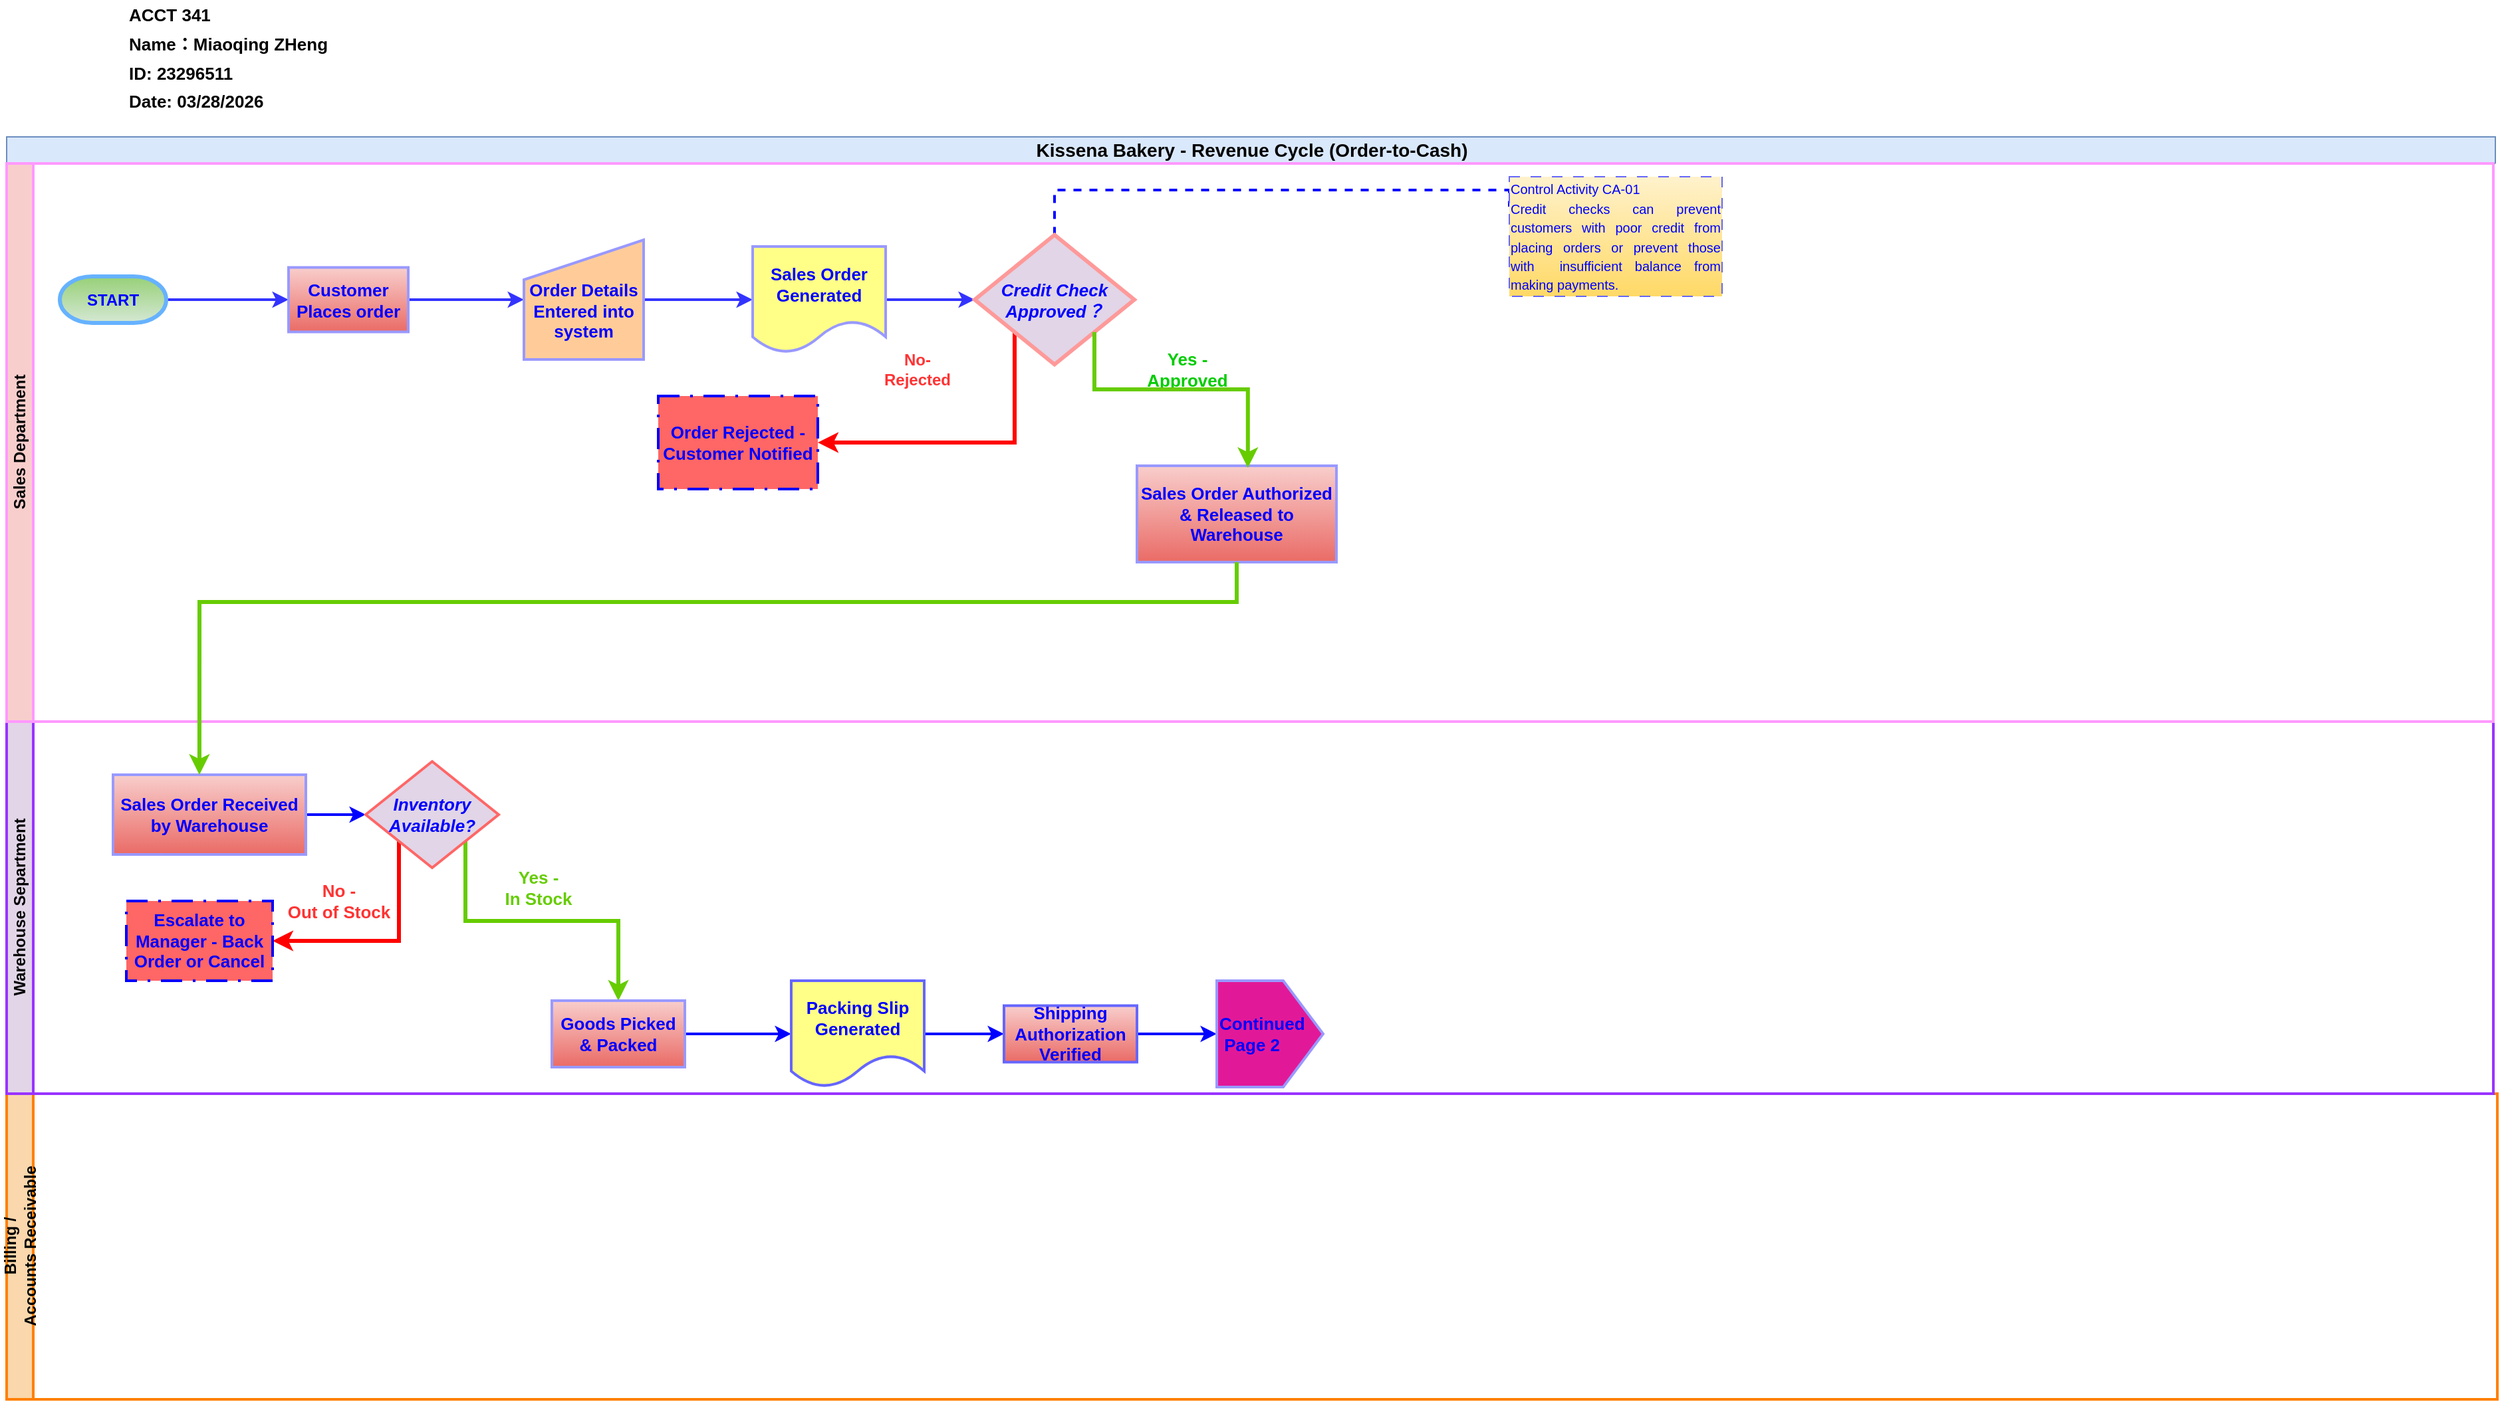
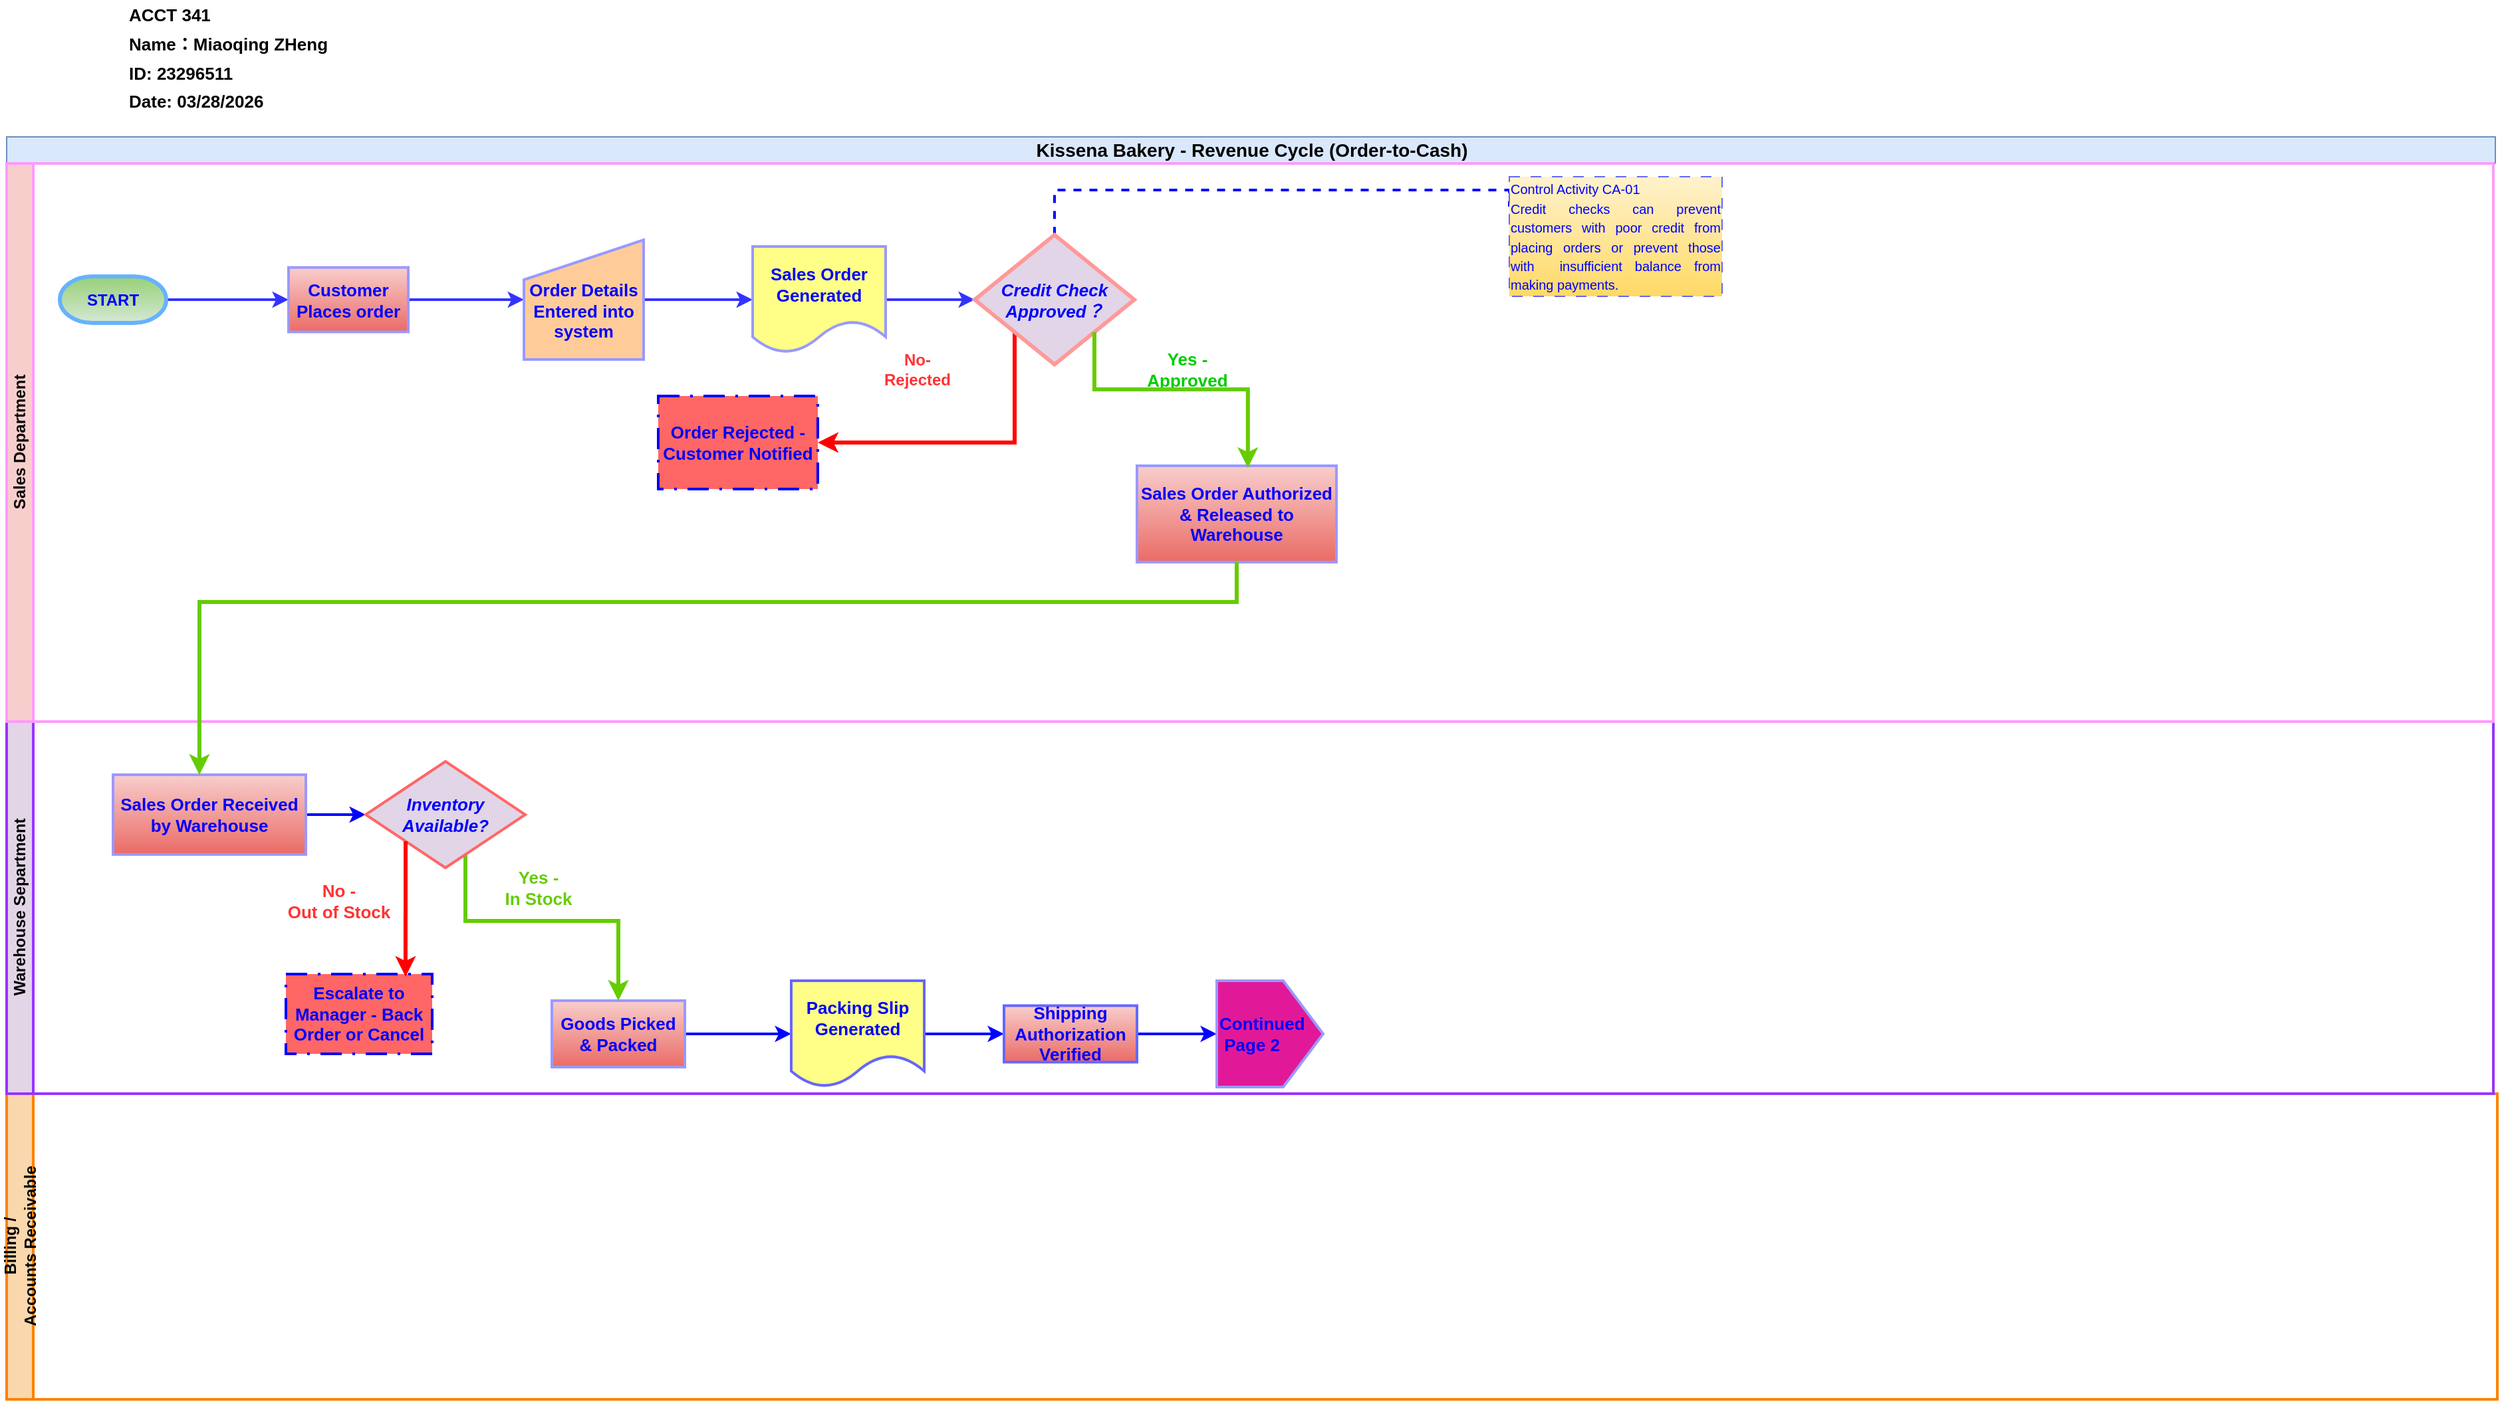
<mxfile host="app.diagrams.net" agent="Mozilla/5.0 (Windows NT 10.0; Win64; x64) AppleWebKit/537.36 (KHTML, like Gecko) Chrome/146.0.0.0 Safari/537.36" version="29.6.6" pages="2">
  <diagram name="Page-1" id="klMabU_GDppZGB9yFFRy">
    <mxGraphModel dx="2066" dy="743" grid="1" gridSize="10" guides="1" tooltips="1" connect="1" arrows="1" fold="1" page="1" pageScale="1" pageWidth="1100" pageHeight="850" math="0" shadow="0">
      <root>
        <mxCell id="0" />
        <mxCell id="1" parent="0" />
        <mxCell id="0vQu63eh7_hz7IOFjZfk-1" parent="1" style="swimlane;childLayout=stackLayout;resizeParent=1;resizeParentMax=0;horizontal=1;startSize=20;horizontalStack=0;html=1;fillColor=#dae8fc;strokeColor=#6c8ebf;" value="&lt;div style=&quot;text-align: start;&quot;&gt;&lt;font style=&quot;font-size: 14px;&quot;&gt;Kissena Bakery - Revenue Cycle (Order-to-Cash)&lt;/font&gt;&lt;/div&gt;" vertex="1">
          <mxGeometry height="20" width="1871.5" x="80" y="130" as="geometry" />
        </mxCell>
        <mxCell id="0vQu63eh7_hz7IOFjZfk-4" parent="1" style="swimlane;startSize=20;horizontal=0;html=1;fillColor=#fad7ac;strokeColor=#FF8000;strokeWidth=2;" value="Billing /&lt;br&gt;Accounts Receivable" vertex="1">
          <mxGeometry height="230" width="1873" x="80" y="850" as="geometry">
            <mxRectangle height="30" width="500" y="310" as="alternateBounds" />
          </mxGeometry>
        </mxCell>
        <mxCell id="0YdZOAwKbOOHbmaocjk8-1" parent="1" style="text;html=1;whiteSpace=wrap;strokeColor=none;fillColor=none;align=left;verticalAlign=middle;rounded=0;fontSize=18;fontStyle=1" value="&lt;div&gt;&lt;font style=&quot;font-size: 13px;&quot;&gt;ACCT 341&lt;/font&gt;&lt;/div&gt;&lt;font style=&quot;font-size: 13px;&quot;&gt;Name：Miaoqing ZHeng&lt;/font&gt;&lt;div&gt;&lt;font style=&quot;font-size: 13px;&quot;&gt;ID: 23296511&lt;/font&gt;&lt;/div&gt;&lt;div&gt;&lt;font style=&quot;font-size: 13px;&quot;&gt;Date: 03/28/2026&lt;/font&gt;&lt;/div&gt;" vertex="1">
          <mxGeometry height="60" width="329" x="170" y="40" as="geometry" />
        </mxCell>
        <mxCell id="0vQu63eh7_hz7IOFjZfk-3" parent="1" style="swimlane;startSize=20;horizontal=0;html=1;fillColor=#e1d5e7;strokeColor=#9933FF;strokeWidth=2;" value="Warehouse Separtment" vertex="1">
          <mxGeometry height="280" width="1870" x="80" y="570" as="geometry" />
        </mxCell>
        <mxCell id="pGH0SQg9JUakCyH8bkGQ-32" edge="1" parent="0vQu63eh7_hz7IOFjZfk-3" source="0vQu63eh7_hz7IOFjZfk-73" style="edgeStyle=orthogonalEdgeStyle;rounded=0;orthogonalLoop=1;jettySize=auto;html=1;exitX=1;exitY=0.5;exitDx=0;exitDy=0;entryX=0;entryY=0.5;entryDx=0;entryDy=0;strokeColor=#0000FF;strokeWidth=2;" target="0vQu63eh7_hz7IOFjZfk-92">
          <mxGeometry relative="1" as="geometry" />
        </mxCell>
        <mxCell id="0vQu63eh7_hz7IOFjZfk-73" parent="0vQu63eh7_hz7IOFjZfk-3" style="html=1;dashed=0;whiteSpace=wrap;fillColor=#f8cecc;gradientColor=#ea6b66;strokeColor=#9999FF;strokeWidth=2;" value="&lt;font style=&quot;font-size: 13px; color: rgb(0, 0, 255);&quot;&gt;&lt;b&gt;Sales Order Received by Warehouse&lt;/b&gt;&lt;/font&gt;" vertex="1">
          <mxGeometry height="60" width="145" x="80" y="40" as="geometry" />
        </mxCell>
        <mxCell id="JjxT6XXtwAddX6sOskqe-8" edge="1" parent="0vQu63eh7_hz7IOFjZfk-3" source="0vQu63eh7_hz7IOFjZfk-92" style="edgeStyle=orthogonalEdgeStyle;rounded=0;orthogonalLoop=1;jettySize=auto;html=1;exitX=1;exitY=1;exitDx=0;exitDy=0;entryX=0.5;entryY=0;entryDx=0;entryDy=0;strokeColor=#66CC00;strokeWidth=3;" target="0vQu63eh7_hz7IOFjZfk-106">
          <mxGeometry relative="1" as="geometry">
            <Array as="points">
              <mxPoint x="345" y="150" />
              <mxPoint x="460" y="150" />
            </Array>
          </mxGeometry>
        </mxCell>
-         <mxCell id="JjxT6XXtwAddX6sOskqe-9" edge="1" parent="0vQu63eh7_hz7IOFjZfk-3" source="0vQu63eh7_hz7IOFjZfk-92" style="edgeStyle=orthogonalEdgeStyle;rounded=0;orthogonalLoop=1;jettySize=auto;html=1;exitX=0;exitY=1;exitDx=0;exitDy=0;entryX=1;entryY=0.5;entryDx=0;entryDy=0;strokeColor=#FF0000;strokeWidth=3;" target="0vQu63eh7_hz7IOFjZfk-96">
-           <mxGeometry relative="1" as="geometry">
-             <Array as="points">
-               <mxPoint x="295" y="165" />
-             </Array>
-           </mxGeometry>
-         </mxCell>
        <mxCell id="0vQu63eh7_hz7IOFjZfk-92" parent="0vQu63eh7_hz7IOFjZfk-3" style="rhombus;whiteSpace=wrap;html=1;fillColor=#e1d5e7;strokeColor=light-dark(#FF6666,#FF3333);strokeWidth=2;" value="&lt;font style=&quot;font-size: 13px; color: rgb(0, 0, 255);&quot;&gt;&lt;b&gt;&lt;i&gt;Inventory Available?&lt;/i&gt;&lt;/b&gt;&lt;/font&gt;" vertex="1">
-           <mxGeometry height="80" width="100" x="270" y="30" as="geometry" />
+           <mxGeometry height="80" width="120" x="270" y="30" as="geometry" />
        </mxCell>
        <mxCell id="0vQu63eh7_hz7IOFjZfk-96" parent="0vQu63eh7_hz7IOFjZfk-3" style="html=1;dashed=1;whiteSpace=wrap;fillColor=#FF6666;strokeColor=#0000FF;fontColor=#ffffff;dashPattern=8 4 1 4;strokeWidth=2;" value="&lt;b&gt;&lt;font style=&quot;font-size: 13px; color: rgb(0, 0, 255);&quot;&gt;Escalate to Manager - Back Order or Cancel&lt;/font&gt;&lt;/b&gt;" vertex="1">
-           <mxGeometry height="60" width="110" x="90" y="135" as="geometry" />
+           <mxGeometry height="60" width="110" x="210" y="190" as="geometry" />
        </mxCell>
        <mxCell id="46-Umk2mzS9Czotzx1H9-6" edge="1" parent="0vQu63eh7_hz7IOFjZfk-3" source="0vQu63eh7_hz7IOFjZfk-106" style="edgeStyle=orthogonalEdgeStyle;rounded=0;orthogonalLoop=1;jettySize=auto;html=1;exitX=1;exitY=0.5;exitDx=0;exitDy=0;entryX=0;entryY=0.5;entryDx=0;entryDy=0;strokeColor=#0000FF;strokeWidth=2;" target="0vQu63eh7_hz7IOFjZfk-110">
          <mxGeometry relative="1" as="geometry" />
        </mxCell>
        <mxCell id="0vQu63eh7_hz7IOFjZfk-106" parent="0vQu63eh7_hz7IOFjZfk-3" style="html=1;dashed=0;whiteSpace=wrap;strokeWidth=2;fillColor=#f8cecc;gradientColor=#ea6b66;strokeColor=#9999FF;" value="&lt;font style=&quot;font-size: 13px; color: rgb(0, 0, 255);&quot;&gt;&lt;b&gt;Goods Picked &amp;amp; Packed&lt;/b&gt;&lt;/font&gt;" vertex="1">
          <mxGeometry height="50" width="100" x="410" y="210" as="geometry" />
        </mxCell>
        <mxCell id="46-Umk2mzS9Czotzx1H9-8" edge="1" parent="0vQu63eh7_hz7IOFjZfk-3" source="0vQu63eh7_hz7IOFjZfk-110" style="edgeStyle=orthogonalEdgeStyle;rounded=0;orthogonalLoop=1;jettySize=auto;html=1;exitX=1;exitY=0.5;exitDx=0;exitDy=0;entryX=0;entryY=0.5;entryDx=0;entryDy=0;strokeColor=#0000FF;strokeWidth=2;" target="0vQu63eh7_hz7IOFjZfk-112">
          <mxGeometry relative="1" as="geometry" />
        </mxCell>
        <mxCell id="0vQu63eh7_hz7IOFjZfk-110" parent="0vQu63eh7_hz7IOFjZfk-3" style="shape=document;whiteSpace=wrap;html=1;boundedLbl=1;strokeWidth=2;fillColor=#ffff88;strokeColor=#6666FF;" value="&lt;font style=&quot;font-size: 13px; color: rgb(0, 0, 255);&quot;&gt;&lt;b&gt;Packing Slip Generated&lt;/b&gt;&lt;/font&gt;" vertex="1">
          <mxGeometry height="80" width="100" x="590" y="195" as="geometry" />
        </mxCell>
        <mxCell id="G1smnQENkRiUrPdJOTDi-2" edge="1" parent="0vQu63eh7_hz7IOFjZfk-3" source="0vQu63eh7_hz7IOFjZfk-112" style="edgeStyle=orthogonalEdgeStyle;rounded=0;orthogonalLoop=1;jettySize=auto;html=1;exitX=1;exitY=0.5;exitDx=0;exitDy=0;entryX=0.5;entryY=0;entryDx=0;entryDy=0;strokeColor=#0000FF;strokeWidth=2;" target="G1smnQENkRiUrPdJOTDi-1">
          <mxGeometry relative="1" as="geometry" />
        </mxCell>
        <mxCell id="0vQu63eh7_hz7IOFjZfk-112" parent="0vQu63eh7_hz7IOFjZfk-3" style="html=1;dashed=0;whiteSpace=wrap;strokeColor=#6666FF;fillColor=#f8cecc;gradientColor=#ea6b66;fontStyle=1;strokeWidth=2;" value="&lt;font style=&quot;font-size: 13px; color: rgb(0, 0, 255);&quot;&gt;Shipping Authorization Verified&lt;/font&gt;" vertex="1">
          <mxGeometry height="42.5" width="100" x="750" y="213.75" as="geometry" />
        </mxCell>
        <mxCell id="0vQu63eh7_hz7IOFjZfk-98" parent="0vQu63eh7_hz7IOFjZfk-3" style="text;html=1;whiteSpace=wrap;strokeColor=none;fillColor=none;align=center;verticalAlign=middle;rounded=0;fontColor=#FF3333;" value="&lt;font style=&quot;font-size: 13px;&quot;&gt;&lt;b&gt;No - &lt;br&gt;Out of Stock&lt;/b&gt;&lt;/font&gt;" vertex="1">
          <mxGeometry height="30" width="80" x="210" y="120" as="geometry" />
        </mxCell>
        <mxCell id="G1smnQENkRiUrPdJOTDi-1" parent="0vQu63eh7_hz7IOFjZfk-3" style="shape=offPageConnector;whiteSpace=wrap;html=1;direction=north;strokeColor=#9999FF;fillColor=#E11998;align=left;strokeWidth=2;" value="&lt;b style=&quot;color: rgb(0, 0, 255); font-size: 13px; text-wrap-mode: nowrap;&quot;&gt;Continued&lt;br&gt;&amp;nbsp;Page 2&lt;/b&gt;" vertex="1">
          <mxGeometry height="80" width="80" x="910" y="195" as="geometry" />
        </mxCell>
        <mxCell id="46-Umk2mzS9Czotzx1H9-12" parent="0vQu63eh7_hz7IOFjZfk-3" style="text;html=1;whiteSpace=wrap;strokeColor=none;fillColor=none;align=center;verticalAlign=middle;rounded=0;" value="&lt;b style=&quot;color: rgb(102, 204, 0);&quot;&gt;&lt;font style=&quot;font-size: 13px;&quot;&gt;Yes -&lt;br&gt;In Stock&lt;/font&gt;&lt;/b&gt;" vertex="1">
          <mxGeometry height="30" width="80" x="360" y="110" as="geometry" />
+         </mxCell>
+         <mxCell id="JjxT6XXtwAddX6sOskqe-13" edge="1" parent="0vQu63eh7_hz7IOFjZfk-3" source="0vQu63eh7_hz7IOFjZfk-92" style="edgeStyle=orthogonalEdgeStyle;rounded=0;orthogonalLoop=1;jettySize=auto;html=1;exitX=0;exitY=1;exitDx=0;exitDy=0;entryX=0.818;entryY=0.033;entryDx=0;entryDy=0;entryPerimeter=0;strokeColor=#FF0000;strokeWidth=3;" target="0vQu63eh7_hz7IOFjZfk-96">
+           <mxGeometry relative="1" as="geometry" />
        </mxCell>
        <mxCell id="0vQu63eh7_hz7IOFjZfk-2" parent="1" style="swimlane;startSize=20;horizontal=0;html=1;fillColor=#f8cecc;strokeColor=#FF99FF;strokeWidth=2;" value="Sales Department" vertex="1">
          <mxGeometry height="420" width="1870" x="80" y="150" as="geometry">
            <mxRectangle height="30" width="610" y="20" as="alternateBounds" />
          </mxGeometry>
        </mxCell>
        <mxCell id="0vQu63eh7_hz7IOFjZfk-43" edge="1" parent="0vQu63eh7_hz7IOFjZfk-2" source="0vQu63eh7_hz7IOFjZfk-10" style="edgeStyle=orthogonalEdgeStyle;rounded=0;orthogonalLoop=1;jettySize=auto;html=1;exitX=0;exitY=0.5;exitDx=0;exitDy=0;exitPerimeter=0;entryX=0;entryY=0.5;entryDx=0;entryDy=0;strokeColor=#3333FF;strokeWidth=2;" target="0vQu63eh7_hz7IOFjZfk-15">
          <mxGeometry relative="1" as="geometry" />
        </mxCell>
        <mxCell id="0vQu63eh7_hz7IOFjZfk-10" parent="0vQu63eh7_hz7IOFjZfk-2" style="strokeWidth=3;html=1;shape=mxgraph.flowchart.terminator;whiteSpace=wrap;direction=west;fillColor=#d5e8d4;gradientColor=#97d077;strokeColor=#66B2FF;" value="&lt;b&gt;&lt;font style=&quot;color: rgb(0, 0, 255);&quot;&gt;START&lt;/font&gt;&lt;/b&gt;" vertex="1">
          <mxGeometry height="35" width="80" x="40" y="85" as="geometry" />
        </mxCell>
        <mxCell id="46-Umk2mzS9Czotzx1H9-2" edge="1" parent="0vQu63eh7_hz7IOFjZfk-2" source="0vQu63eh7_hz7IOFjZfk-15" style="edgeStyle=orthogonalEdgeStyle;rounded=0;orthogonalLoop=1;jettySize=auto;html=1;exitX=1;exitY=0.5;exitDx=0;exitDy=0;entryX=0;entryY=0.5;entryDx=0;entryDy=0;strokeColor=#3333FF;strokeWidth=2;" target="0vQu63eh7_hz7IOFjZfk-20">
          <mxGeometry relative="1" as="geometry" />
        </mxCell>
        <mxCell id="0vQu63eh7_hz7IOFjZfk-15" parent="0vQu63eh7_hz7IOFjZfk-2" style="html=1;dashed=0;whiteSpace=wrap;strokeWidth=2;fillColor=#f8cecc;strokeColor=#9999FF;gradientColor=#ea6b66;" value="&lt;font style=&quot;font-size: 13px; color: rgb(0, 0, 255);&quot;&gt;&lt;b style=&quot;&quot;&gt;Customer Places order&lt;/b&gt;&lt;/font&gt;" vertex="1">
          <mxGeometry height="48.5" width="90" x="212" y="78.25" as="geometry" />
        </mxCell>
        <mxCell id="46-Umk2mzS9Czotzx1H9-3" edge="1" parent="0vQu63eh7_hz7IOFjZfk-2" source="0vQu63eh7_hz7IOFjZfk-20" style="edgeStyle=orthogonalEdgeStyle;rounded=0;orthogonalLoop=1;jettySize=auto;html=1;exitX=1;exitY=0.5;exitDx=0;exitDy=0;entryX=0;entryY=0.5;entryDx=0;entryDy=0;strokeColor=#3333FF;strokeWidth=2;" target="0vQu63eh7_hz7IOFjZfk-30">
          <mxGeometry relative="1" as="geometry" />
        </mxCell>
        <mxCell id="0vQu63eh7_hz7IOFjZfk-20" parent="0vQu63eh7_hz7IOFjZfk-2" style="shape=manualInput;whiteSpace=wrap;html=1;align=center;fillColor=#ffcc99;strokeColor=#9999FF;strokeWidth=2;" value="&lt;div style=&quot;&quot;&gt;&lt;span style=&quot;background-color: transparent;&quot;&gt;&lt;b style=&quot;&quot;&gt;&lt;font style=&quot;font-size: 13px; color: rgb(0, 0, 255);&quot;&gt;&lt;br&gt;&lt;/font&gt;&lt;/b&gt;&lt;/span&gt;&lt;/div&gt;&lt;div style=&quot;&quot;&gt;&lt;span style=&quot;background-color: transparent;&quot;&gt;&lt;b style=&quot;&quot;&gt;&lt;font style=&quot;font-size: 13px; color: rgb(0, 0, 255);&quot;&gt;Order Details Entered into system&lt;/font&gt;&lt;/b&gt;&lt;/span&gt;&lt;/div&gt;" vertex="1">
          <mxGeometry height="90" width="90" x="389" y="57.5" as="geometry" />
        </mxCell>
        <mxCell id="0vQu63eh7_hz7IOFjZfk-35" edge="1" parent="0vQu63eh7_hz7IOFjZfk-2" style="edgeStyle=orthogonalEdgeStyle;rounded=0;orthogonalLoop=1;jettySize=auto;html=1;exitX=0;exitY=0.5;exitDx=0;exitDy=0;">
          <mxGeometry relative="1" as="geometry">
            <mxPoint x="410" y="105" as="sourcePoint" />
            <mxPoint x="410" y="105" as="targetPoint" />
          </mxGeometry>
        </mxCell>
        <mxCell id="46-Umk2mzS9Czotzx1H9-4" edge="1" parent="0vQu63eh7_hz7IOFjZfk-2" source="0vQu63eh7_hz7IOFjZfk-30" style="edgeStyle=orthogonalEdgeStyle;rounded=0;orthogonalLoop=1;jettySize=auto;html=1;exitX=1;exitY=0.5;exitDx=0;exitDy=0;entryX=0;entryY=0.5;entryDx=0;entryDy=0;strokeColor=#3333FF;strokeWidth=2;" target="0vQu63eh7_hz7IOFjZfk-34">
          <mxGeometry relative="1" as="geometry" />
        </mxCell>
        <mxCell id="0vQu63eh7_hz7IOFjZfk-30" parent="0vQu63eh7_hz7IOFjZfk-2" style="shape=document;whiteSpace=wrap;html=1;boundedLbl=1;strokeWidth=2;fillColor=#ffff88;strokeColor=#9999FF;" value="&lt;font style=&quot;font-size: 13px; color: rgb(0, 0, 255);&quot;&gt;&lt;b&gt;Sales Order Generated&lt;/b&gt;&lt;/font&gt;" vertex="1">
          <mxGeometry height="80" width="100" x="561" y="62.5" as="geometry" />
        </mxCell>
        <mxCell id="pGH0SQg9JUakCyH8bkGQ-28" edge="1" parent="0vQu63eh7_hz7IOFjZfk-2" source="0vQu63eh7_hz7IOFjZfk-34" style="edgeStyle=orthogonalEdgeStyle;rounded=0;orthogonalLoop=1;jettySize=auto;html=1;exitX=0.5;exitY=0;exitDx=0;exitDy=0;entryX=0;entryY=0.25;entryDx=0;entryDy=0;endArrow=none;endFill=0;dashed=1;strokeWidth=2;strokeColor=#0000FF;" target="pGH0SQg9JUakCyH8bkGQ-23">
          <mxGeometry relative="1" as="geometry">
            <Array as="points">
              <mxPoint x="788" y="20" />
              <mxPoint x="1130" y="20" />
            </Array>
          </mxGeometry>
        </mxCell>
        <mxCell id="JjxT6XXtwAddX6sOskqe-11" edge="1" parent="0vQu63eh7_hz7IOFjZfk-2" source="0vQu63eh7_hz7IOFjZfk-34" style="edgeStyle=orthogonalEdgeStyle;rounded=0;orthogonalLoop=1;jettySize=auto;html=1;exitX=0;exitY=1;exitDx=0;exitDy=0;entryX=1;entryY=0.5;entryDx=0;entryDy=0;strokeColor=#FF0000;strokeWidth=3;" target="0vQu63eh7_hz7IOFjZfk-65">
          <mxGeometry relative="1" as="geometry">
            <Array as="points">
              <mxPoint x="758" y="210" />
            </Array>
          </mxGeometry>
        </mxCell>
        <mxCell id="0vQu63eh7_hz7IOFjZfk-34" parent="0vQu63eh7_hz7IOFjZfk-2" style="rhombus;whiteSpace=wrap;html=1;fillColor=#e1d5e7;strokeColor=#FF9999;strokeWidth=3;" value="&lt;font style=&quot;font-size: 13px; color: rgb(0, 0, 255);&quot;&gt;&lt;b&gt;&lt;i&gt;Credit Check Approved？&lt;/i&gt;&lt;/b&gt;&lt;/font&gt;" vertex="1">
          <mxGeometry height="97.5" width="120" x="728" y="53.75" as="geometry" />
        </mxCell>
        <mxCell id="0vQu63eh7_hz7IOFjZfk-60" parent="0vQu63eh7_hz7IOFjZfk-2" style="text;html=1;whiteSpace=wrap;strokeColor=none;fillColor=none;align=center;verticalAlign=middle;rounded=0;fontColor=#00CC00;" value="&lt;font style=&quot;font-size: 13px;&quot;&gt;&lt;b style=&quot;&quot;&gt;Yes - Approved&lt;/b&gt;&lt;/font&gt;" vertex="1">
          <mxGeometry height="30" width="80" x="848" y="140" as="geometry" />
        </mxCell>
        <mxCell id="0vQu63eh7_hz7IOFjZfk-65" parent="0vQu63eh7_hz7IOFjZfk-2" style="html=1;dashed=1;whiteSpace=wrap;strokeWidth=2;fillColor=light-dark(#FF6666,#FF3333);strokeColor=#0000FF;fontColor=#ffffff;fontStyle=1;dashPattern=8 4 1 4;" value="&lt;font style=&quot;font-size: 13px; color: rgb(0, 0, 255);&quot;&gt;Order Rejected - Customer Notified&lt;/font&gt;" vertex="1">
          <mxGeometry height="70" width="120" x="490" y="175" as="geometry" />
        </mxCell>
        <mxCell id="0vQu63eh7_hz7IOFjZfk-67" parent="0vQu63eh7_hz7IOFjZfk-2" style="html=1;dashed=0;whiteSpace=wrap;fillColor=#f8cecc;gradientColor=#ea6b66;strokeColor=#9999FF;strokeWidth=2;" value="&lt;font style=&quot;font-size: 13px; color: rgb(0, 0, 255);&quot;&gt;&lt;b&gt;Sales Order Authorized &amp;amp; Released to Warehouse&lt;/b&gt;&lt;/font&gt;" vertex="1">
          <mxGeometry height="72.5" width="150" x="850" y="227.5" as="geometry" />
        </mxCell>
        <mxCell id="pGH0SQg9JUakCyH8bkGQ-23" parent="0vQu63eh7_hz7IOFjZfk-2" style="html=1;dashed=1;whiteSpace=wrap;dashPattern=8 8;fillColor=#fff2cc;gradientColor=#ffd966;strokeColor=light-dark(#6666FF,#6D5100);strokeWidth=1;" value="&lt;div style=&quot;text-align: justify;&quot;&gt;&lt;span style=&quot;font-size: 10px; background-color: transparent;&quot;&gt;&lt;font style=&quot;color: rgb(0, 0, 255);&quot;&gt;Control Activity&amp;nbsp;CA-01&lt;/font&gt;&lt;/span&gt;&lt;/div&gt;&lt;font style=&quot;color: rgb(0, 0, 255);&quot;&gt;&lt;div style=&quot;text-align: justify;&quot;&gt;&lt;span style=&quot;font-size: 10px; background-color: transparent;&quot;&gt;Credit checks can prevent customers with poor credit from placing orders or prevent those with&amp;nbsp; insufficient balance from making payments.&lt;/span&gt;&lt;/div&gt;&lt;/font&gt;" vertex="1">
          <mxGeometry height="90" width="160" x="1130" y="10" as="geometry" />
        </mxCell>
        <mxCell id="DywWvH4VDf4e1SjyT3sU-3" parent="0vQu63eh7_hz7IOFjZfk-2" style="text;html=1;whiteSpace=wrap;strokeColor=none;fillColor=none;align=center;verticalAlign=middle;rounded=0;fontSize=12;fontStyle=1;fontColor=#FF3333;" value="&lt;span&gt;&lt;font style=&quot;&quot;&gt;No-Rejected&lt;/font&gt;&lt;/span&gt;" vertex="1">
          <mxGeometry height="30" width="70" x="650" y="140" as="geometry" />
        </mxCell>
        <mxCell id="JjxT6XXtwAddX6sOskqe-5" edge="1" parent="0vQu63eh7_hz7IOFjZfk-2" source="0vQu63eh7_hz7IOFjZfk-34" style="edgeStyle=orthogonalEdgeStyle;rounded=0;orthogonalLoop=1;jettySize=auto;html=1;exitX=1;exitY=1;exitDx=0;exitDy=0;entryX=0.556;entryY=0.021;entryDx=0;entryDy=0;entryPerimeter=0;strokeColor=#66CC00;strokeWidth=3;" target="0vQu63eh7_hz7IOFjZfk-67">
          <mxGeometry relative="1" as="geometry">
            <Array as="points">
              <mxPoint x="818" y="170" />
              <mxPoint x="933" y="170" />
            </Array>
          </mxGeometry>
        </mxCell>
        <mxCell id="0vQu63eh7_hz7IOFjZfk-86" edge="1" parent="1" source="0vQu63eh7_hz7IOFjZfk-67" style="edgeStyle=orthogonalEdgeStyle;rounded=0;orthogonalLoop=1;jettySize=auto;html=1;exitX=0.5;exitY=1;exitDx=0;exitDy=0;entryX=0.448;entryY=0;entryDx=0;entryDy=0;entryPerimeter=0;fontColor=#0000CC;strokeColor=#66CC00;strokeWidth=3;" target="0vQu63eh7_hz7IOFjZfk-73">
          <mxGeometry relative="1" as="geometry">
            <Array as="points">
              <mxPoint x="1005" y="480" />
              <mxPoint x="225" y="480" />
            </Array>
          </mxGeometry>
        </mxCell>
      </root>
    </mxGraphModel>
  </diagram>
  <diagram id="ZDdy4ylPSpOC2Ge6VpiW" name="Page-2">
    <mxGraphModel dx="2066" dy="743" grid="1" gridSize="10" guides="1" tooltips="1" connect="1" arrows="1" fold="1" page="1" pageScale="1" pageWidth="1100" pageHeight="850" math="0" shadow="0">
      <root>
        <mxCell id="0" />
        <mxCell id="1" parent="0" />
        <mxCell id="_GW_QHAqRueJzuYdTQVs-1" parent="1" style="swimlane;startSize=20;horizontal=0;html=1;fillColor=#e1d5e7;strokeColor=#9933FF;strokeWidth=2;" value="Warehouse Separtment" vertex="1">
          <mxGeometry height="270" width="1330" x="110" y="150" as="geometry" />
        </mxCell>
        <mxCell id="JTW380UVqBL9k5zzlviH-1" parent="_GW_QHAqRueJzuYdTQVs-1" style="html=1;dashed=0;whiteSpace=wrap;fillColor=#f8cecc;gradientColor=#ea6b66;strokeColor=#9999FF;strokeWidth=2;" value="&lt;font style=&quot;font-size: 13px; color: rgb(0, 0, 255);&quot;&gt;&lt;b&gt;Goods Dispatched to Customer&lt;/b&gt;&lt;/font&gt;" vertex="1">
          <mxGeometry height="50" width="100" x="220" y="75" as="geometry" />
        </mxCell>
        <mxCell id="Y0x97Svv89Kf0asxUhHi-3" edge="1" parent="_GW_QHAqRueJzuYdTQVs-1" source="Y0x97Svv89Kf0asxUhHi-1" style="edgeStyle=orthogonalEdgeStyle;rounded=0;orthogonalLoop=1;jettySize=auto;html=1;exitX=0.5;exitY=1;exitDx=0;exitDy=0;entryX=0;entryY=0.5;entryDx=0;entryDy=0;strokeWidth=2;strokeColor=#0000FF;" target="JTW380UVqBL9k5zzlviH-1">
          <mxGeometry relative="1" as="geometry" />
        </mxCell>
        <mxCell id="Y0x97Svv89Kf0asxUhHi-1" parent="_GW_QHAqRueJzuYdTQVs-1" style="shape=offPageConnector;whiteSpace=wrap;html=1;direction=north;strokeColor=#9999FF;fillColor=#E11998;align=left;strokeWidth=2;" value="&lt;b style=&quot;color: rgb(0, 0, 255); font-size: 13px; text-wrap-mode: nowrap;&quot;&gt;Continued&lt;br&gt;&amp;nbsp;Page 2&lt;/b&gt;" vertex="1">
          <mxGeometry height="80" width="80" x="70" y="60" as="geometry" />
        </mxCell>
        <mxCell id="VSqCA1LAcqbEIX1a-AIG-1" parent="1" style="swimlane;startSize=20;horizontal=0;html=1;whiteSpace=wrap;fillColor=#ffcc99;strokeColor=#FF9933;strokeWidth=2;" value="&lt;span style=&quot;text-wrap-mode: nowrap;&quot;&gt;Billing /&lt;/span&gt;&lt;br style=&quot;text-wrap-mode: nowrap;&quot;&gt;&lt;span style=&quot;text-wrap-mode: nowrap;&quot;&gt;Accounts Receivable&lt;/span&gt;" vertex="1">
          <mxGeometry height="170" width="1330" x="110" y="420" as="geometry" />
        </mxCell>
        <mxCell id="KsxiR5SY5I83CpnIQ7mC-4" edge="1" parent="VSqCA1LAcqbEIX1a-AIG-1" source="2IOCe_ZcG10jMQKezpJ2-1" style="edgeStyle=orthogonalEdgeStyle;rounded=0;orthogonalLoop=1;jettySize=auto;html=1;exitX=1;exitY=0.5;exitDx=0;exitDy=0;entryX=0;entryY=0.5;entryDx=0;entryDy=0;strokeColor=#0000FF;strokeWidth=2;" target="2IOCe_ZcG10jMQKezpJ2-2">
          <mxGeometry relative="1" as="geometry" />
        </mxCell>
        <mxCell id="2IOCe_ZcG10jMQKezpJ2-1" parent="VSqCA1LAcqbEIX1a-AIG-1" style="html=1;dashed=0;whiteSpace=wrap;strokeWidth=2;fillColor=#f8cecc;gradientColor=#ea6b66;strokeColor=#9999FF;" value="&lt;b&gt;&lt;font style=&quot;font-size: 13px; color: rgb(0, 0, 255);&quot;&gt;Dispatch Confirmation Received&lt;/font&gt;&lt;/b&gt;" vertex="1">
          <mxGeometry height="50" width="100" x="50" y="50" as="geometry" />
        </mxCell>
        <mxCell id="KsxiR5SY5I83CpnIQ7mC-5" edge="1" parent="VSqCA1LAcqbEIX1a-AIG-1" source="2IOCe_ZcG10jMQKezpJ2-2" style="edgeStyle=orthogonalEdgeStyle;rounded=0;orthogonalLoop=1;jettySize=auto;html=1;exitX=1;exitY=0.5;exitDx=0;exitDy=0;entryX=0;entryY=0.5;entryDx=0;entryDy=0;strokeColor=#0000FF;strokeWidth=2;" target="dAGMuh-EUK1Y8pTE6-PC-2">
          <mxGeometry relative="1" as="geometry" />
        </mxCell>
        <mxCell id="2IOCe_ZcG10jMQKezpJ2-2" parent="VSqCA1LAcqbEIX1a-AIG-1" style="shape=document;whiteSpace=wrap;html=1;boundedLbl=1;fillColor=#ffff88;strokeColor=#9999FF;strokeWidth=2;" value="&lt;font style=&quot;font-size: 13px; color: rgb(0, 0, 255);&quot;&gt;&lt;b&gt;Invoice Generated &amp;amp; Sent to Customer&lt;/b&gt;&lt;/font&gt;" vertex="1">
          <mxGeometry height="80" width="120" x="229" y="35" as="geometry" />
        </mxCell>
        <mxCell id="KsxiR5SY5I83CpnIQ7mC-6" edge="1" parent="VSqCA1LAcqbEIX1a-AIG-1" source="dAGMuh-EUK1Y8pTE6-PC-2" style="edgeStyle=orthogonalEdgeStyle;rounded=0;orthogonalLoop=1;jettySize=auto;html=1;exitX=1;exitY=0.5;exitDx=0;exitDy=0;entryX=0;entryY=0.5;entryDx=0;entryDy=0;strokeColor=#0000FF;strokeWidth=2;" target="dAGMuh-EUK1Y8pTE6-PC-4">
          <mxGeometry relative="1" as="geometry" />
        </mxCell>
        <mxCell id="dAGMuh-EUK1Y8pTE6-PC-2" parent="VSqCA1LAcqbEIX1a-AIG-1" style="html=1;dashed=0;whiteSpace=wrap;strokeWidth=2;fillColor=#f8cecc;gradientColor=#ea6b66;strokeColor=#9999FF;" value="&lt;b&gt;&lt;font style=&quot;font-size: 13px; color: rgb(0, 0, 255);&quot;&gt;Payment Received from Customer&lt;/font&gt;&lt;/b&gt;" vertex="1">
          <mxGeometry height="50" width="110" x="423" y="50" as="geometry" />
        </mxCell>
        <mxCell id="KsxiR5SY5I83CpnIQ7mC-8" edge="1" parent="VSqCA1LAcqbEIX1a-AIG-1" source="dAGMuh-EUK1Y8pTE6-PC-4" style="edgeStyle=orthogonalEdgeStyle;rounded=0;orthogonalLoop=1;jettySize=auto;html=1;exitX=1;exitY=0.5;exitDx=0;exitDy=0;entryX=0;entryY=0.5;entryDx=0;entryDy=0;strokeColor=#0000FF;strokeWidth=2;" target="dAGMuh-EUK1Y8pTE6-PC-6">
          <mxGeometry relative="1" as="geometry" />
        </mxCell>
        <mxCell id="dAGMuh-EUK1Y8pTE6-PC-4" parent="VSqCA1LAcqbEIX1a-AIG-1" style="shape=document;whiteSpace=wrap;html=1;boundedLbl=1;fillColor=#ffff88;strokeColor=#9999FF;strokeWidth=2;" value="&lt;font style=&quot;font-size: 13px; color: rgb(0, 0, 255);&quot;&gt;&lt;b&gt;Remittance Advice Recorded&lt;/b&gt;&lt;/font&gt;" vertex="1">
          <mxGeometry height="75" width="110" x="611" y="37.5" as="geometry" />
        </mxCell>
        <mxCell id="dAGMuh-EUK1Y8pTE6-PC-6" parent="VSqCA1LAcqbEIX1a-AIG-1" style="html=1;dashed=0;whiteSpace=wrap;strokeWidth=2;fillColor=#f8cecc;gradientColor=#ea6b66;strokeColor=#9999FF;" value="&lt;b&gt;&lt;font style=&quot;font-size: 13px; color: rgb(0, 0, 255);&quot;&gt;Cash Posted to Accounts Receivable&lt;/font&gt;&lt;/b&gt;" vertex="1">
          <mxGeometry height="50" width="110" x="800" y="50" as="geometry" />
        </mxCell>
        <mxCell id="dAGMuh-EUK1Y8pTE6-PC-8" parent="VSqCA1LAcqbEIX1a-AIG-1" style="strokeWidth=2;html=1;shape=mxgraph.flowchart.terminator;whiteSpace=wrap;fillColor=#d5e8d4;gradientColor=#97d077;strokeColor=#66B2FF;" value="&lt;font style=&quot;font-size: 13px; color: rgb(0, 0, 255);&quot;&gt;&lt;b&gt;END&lt;/b&gt;&lt;/font&gt;" vertex="1">
          <mxGeometry height="45" width="90" x="980" y="50" as="geometry" />
        </mxCell>
        <mxCell id="uHHicwT-v_B4AunEQLIp-2" edge="1" parent="VSqCA1LAcqbEIX1a-AIG-1" source="dAGMuh-EUK1Y8pTE6-PC-6" style="edgeStyle=orthogonalEdgeStyle;rounded=0;orthogonalLoop=1;jettySize=auto;html=1;exitX=1;exitY=0.5;exitDx=0;exitDy=0;entryX=0.111;entryY=0.556;entryDx=0;entryDy=0;entryPerimeter=0;strokeWidth=2;strokeColor=#0000FF;" target="dAGMuh-EUK1Y8pTE6-PC-8">
          <mxGeometry relative="1" as="geometry" />
        </mxCell>
        <mxCell id="dAGMuh-EUK1Y8pTE6-PC-10" edge="1" parent="1" source="JTW380UVqBL9k5zzlviH-1" style="edgeStyle=orthogonalEdgeStyle;rounded=0;orthogonalLoop=1;jettySize=auto;html=1;exitX=0.5;exitY=1;exitDx=0;exitDy=0;entryX=0.5;entryY=0;entryDx=0;entryDy=0;strokeColor=#0000FF;strokeWidth=3;" target="2IOCe_ZcG10jMQKezpJ2-1">
          <mxGeometry relative="1" as="geometry" />
        </mxCell>
        <mxCell id="Vm9v1WHijWWdkQHgRR_g-1" parent="1" style="text;html=1;whiteSpace=wrap;strokeColor=none;fillColor=none;align=center;verticalAlign=middle;rounded=0;" value="&lt;div style=&quot;font-weight: 700; text-align: left;&quot;&gt;&lt;font style=&quot;font-size: 13px;&quot;&gt;ACCT 341&lt;/font&gt;&lt;/div&gt;&lt;span style=&quot;font-weight: 700; text-align: left;&quot;&gt;&lt;font style=&quot;font-size: 13px;&quot;&gt;Name：Miaoqing ZHeng&lt;/font&gt;&lt;/span&gt;&lt;div style=&quot;font-weight: 700; text-align: left;&quot;&gt;&lt;font style=&quot;font-size: 13px;&quot;&gt;ID: 23296511&lt;/font&gt;&lt;/div&gt;&lt;div style=&quot;font-weight: 700; text-align: left;&quot;&gt;&lt;font style=&quot;font-size: 13px;&quot;&gt;Date：03/28/2026&lt;/font&gt;&lt;/div&gt;" vertex="1">
          <mxGeometry height="30" width="220" x="130" y="80" as="geometry" />
        </mxCell>
      </root>
    </mxGraphModel>
  </diagram>
</mxfile>
